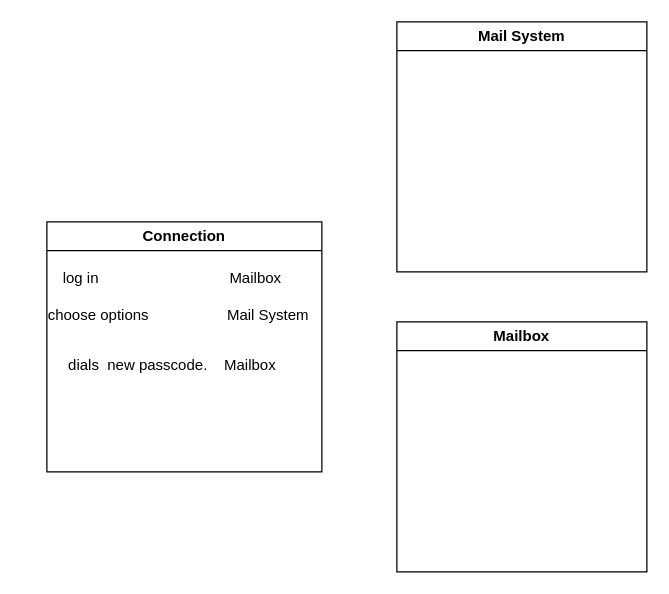
22022658NguyenTienKhoi/dict keeps this draw.io diagram as Biểu đồ không có tiêu đề.drawio. Above is the earlier version. Source tidied: cells renumbered, new cells numbered last; positions are measured from the earlier drawing's top-left corner, leaving out a move shared by most shapes. Both pictures are drawn from the tidied source at 125%, with x=0, y=0 at pixel (21, 21).
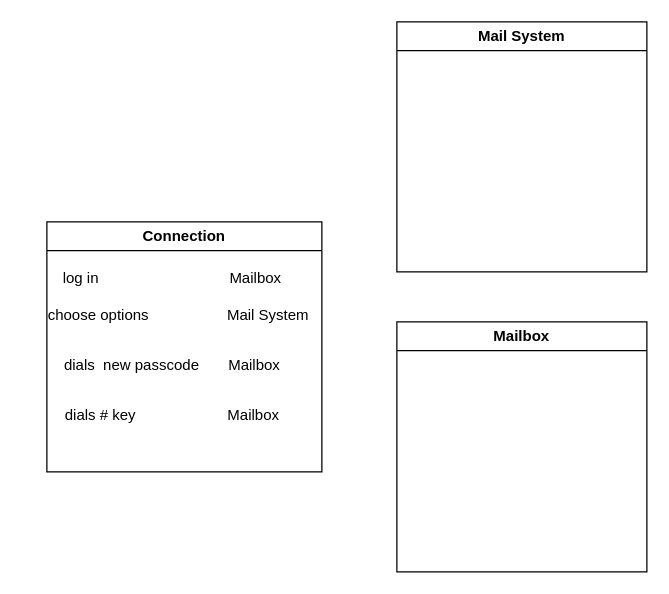
The same diagram, later.

Commit message (it also covers changes not shown here):
Cập nhật Biểu đồ không có tiêu đề.drawio

What changed in the source:
```diff
@@
 <mxGraphModel>
   <root>
     <mxCell id="0" />
     <mxCell id="1" parent="0" />
     <mxCell id="2" value="Connection" style="swimlane;whiteSpace=wrap;html=1;" parent="1" vertex="1">
       <mxGeometry x="20" y="160" width="220" height="200" as="geometry" />
     </mxCell>
     <mxCell id="3" value="log in&amp;nbsp;&lt;span style=&quot;white-space: pre;&quot;&gt;&#9;&lt;/span&gt;&lt;span style=&quot;white-space: pre;&quot;&gt;&#9;&lt;/span&gt;&lt;span style=&quot;white-space: pre;&quot;&gt;&#9;&lt;/span&gt;&lt;span style=&quot;white-space: pre;&quot;&gt;&#9;&lt;/span&gt;Mailbox" style="text;html=1;align=center;verticalAlign=middle;strokeColor=none;fillColor=none;" parent="2" vertex="1">
       <mxGeometry y="30" width="200" height="30" as="geometry" />
     </mxCell>
     <mxCell id="4" value="&amp;nbsp; &amp;nbsp;choose options&lt;span style=&quot;white-space: pre;&quot;&gt;&#9;&lt;/span&gt;&lt;span style=&quot;white-space: pre;&quot;&gt;&#9;&lt;/span&gt;&amp;nbsp; &amp;nbsp; &amp;nbsp; Mail System" style="text;html=1;align=center;verticalAlign=middle;strokeColor=none;fillColor=none;" parent="2" vertex="1">
       <mxGeometry x="-20" y="60" width="240" height="30" as="geometry" />
     </mxCell>
-    <mxCell id="5" value="dials&amp;nbsp; new passcode.&amp;nbsp; &amp;nbsp; Mailbox" style="text;html=1;align=center;verticalAlign=middle;strokeColor=none;fillColor=none;" parent="2" vertex="1">
-      <mxGeometry x="5" y="100" width="190" height="30" as="geometry" />
+    <mxCell id="5" value="dials&amp;nbsp; new passcode&amp;nbsp; &amp;nbsp; &amp;nbsp; &amp;nbsp;Mailbox" style="text;html=1;align=center;verticalAlign=middle;strokeColor=none;fillColor=none;" parent="2" vertex="1">
+      <mxGeometry y="100" width="200" height="30" as="geometry" />
     </mxCell>
+    <mxCell id="8" value="dials # key&amp;nbsp; &amp;nbsp; &amp;nbsp; &amp;nbsp; &amp;nbsp; &amp;nbsp; &amp;nbsp; &amp;nbsp; &amp;nbsp; &amp;nbsp; &amp;nbsp; Mailbox" style="text;html=1;align=center;verticalAlign=middle;strokeColor=none;fillColor=none;" parent="2" vertex="1">
+      <mxGeometry x="5" y="140" width="190" height="30" as="geometry" />
+    </mxCell>
     <mxCell id="6" value="Mailbox" style="swimlane;whiteSpace=wrap;html=1;" parent="1" vertex="1">
       <mxGeometry x="300" y="240" width="200" height="200" as="geometry" />
     </mxCell>
     <mxCell id="7" value="Mail System" style="swimlane;whiteSpace=wrap;html=1;" parent="1" vertex="1">
       <mxGeometry x="300" width="200" height="200" as="geometry" />
     </mxCell>
   </root>
 </mxGraphModel>
```
